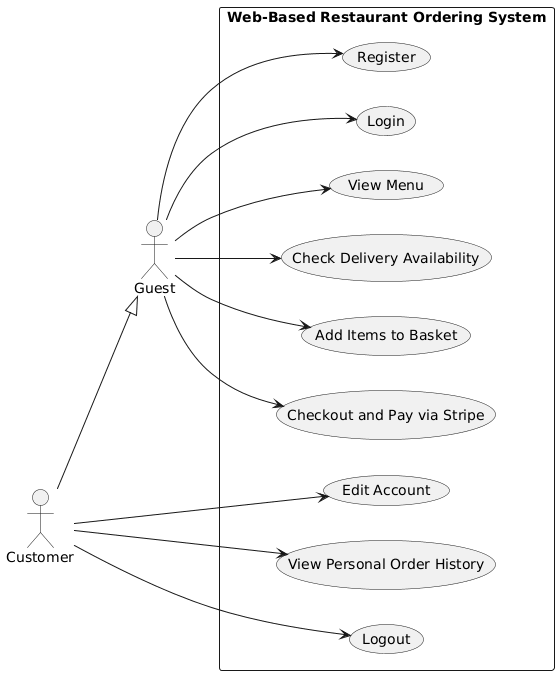
The PlantUML diagram docs/01_UML-Diagrams/use-case-diagram-v2-customer-guest.png in eth-sw/restaurant-ordering-system, before a commit.
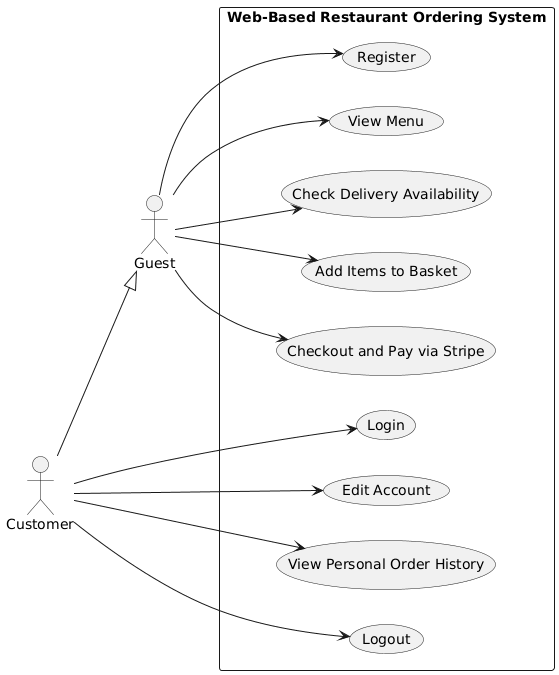
The same file after the commit.

Commit message:
Update Sitemap and Use-Case diagram for customers and guests

What changed in the source:
```diff
@@ -8,14 +8,12 @@
 rectangle "Web-Based Restaurant Ordering System" {
 
     usecase "Register" as UC1
-    usecase "Login" as UC2
-    usecase "View Menu" as UC3
-    usecase "Check Delivery Availability" as UC4
-    usecase "Add Items to Basket" as UC5
-    usecase "Checkout and Pay via Stripe" as UC6
+    usecase "View Menu" as UC2
+    usecase "Check Delivery Availability" as UC3
+    usecase "Add Items to Basket" as UC4
+    usecase "Checkout and Pay via Stripe" as UC5
 
-
-
+    usecase "Login" as UC6
     usecase "Edit Account" as UC7
     usecase "View Personal Order History" as UC8
     usecase "Logout" as UC9
@@ -27,8 +25,8 @@
 G --> UC3
 G --> UC4
 G --> UC5
-G --> UC6
 
+C --> UC6
 C --> UC7
 C --> UC8
 C --> UC9
```
